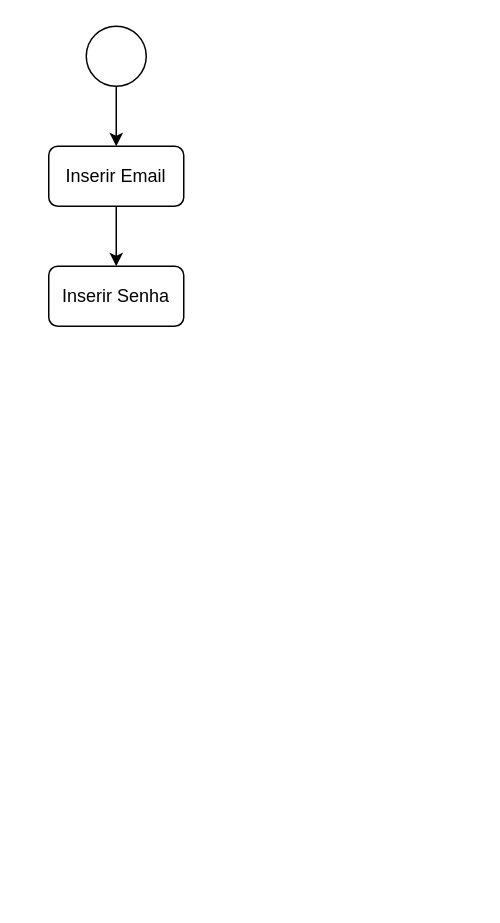
Earlier version of the draw.io diagram page "Fluxo_De_Atividade_Login" (3 of 4) of DiagramasPIMVII.drawio (GustavoFerreira143/AtividadeSenai). Source tidied: cells renumbered, new cells numbered last; positions are measured from the earlier drawing's top-left corner, leaving out a move shared by most shapes. Both pictures are drawn from the tidied source at 150%, with x=0, y=0 at pixel (48, 26).
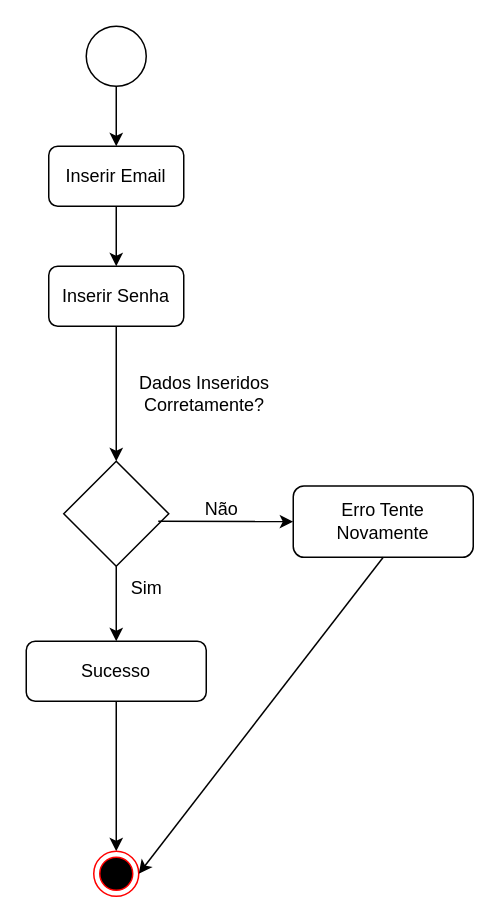
After the change.

The edit, as a diff of the source:
```diff
@@
 <mxGraphModel>
   <root>
     <mxCell id="0" />
     <mxCell id="1" parent="0" />
     <mxCell id="2" style="ellipse;whiteSpace=wrap;html=1;" parent="1" vertex="1">
       <mxGeometry x="25" width="40" height="40" as="geometry" />
     </mxCell>
     <mxCell id="3" value="Inserir Email" style="rounded=1;whiteSpace=wrap;html=1;" parent="1" vertex="1">
       <mxGeometry y="80" width="90" height="40" as="geometry" />
     </mxCell>
     <mxCell id="4" style="endArrow=classic;html=1;rounded=0;exitX=0.5;exitY=1;exitDx=0;exitDy=0;entryX=0.5;entryY=0;entryDx=0;entryDy=0;" parent="1" edge="1" source="2" target="3">
       <mxGeometry relative="1" as="geometry" />
     </mxCell>
     <mxCell id="5" value="Inserir Senha" style="rounded=1;whiteSpace=wrap;html=1;" parent="1" vertex="1">
       <mxGeometry y="160" width="90" height="40" as="geometry" />
     </mxCell>
     <mxCell id="6" style="endArrow=classic;html=1;rounded=0;exitX=0.5;exitY=1;exitDx=0;exitDy=0;entryX=0.5;entryY=0;entryDx=0;entryDy=0;" parent="1" edge="1" source="3" target="5">
       <mxGeometry relative="1" as="geometry" />
     </mxCell>
+    <mxCell id="7" style="edgeStyle=orthogonalEdgeStyle;rounded=0;jettySize=auto;html=1;entryX=0.5;entryY=0;entryDx=0;entryDy=0;" parent="1" edge="1" source="8" target="14">
+      <mxGeometry relative="1" as="geometry" />
+    </mxCell>
+    <mxCell id="8" style="rhombus;whiteSpace=wrap;html=1;" parent="1" vertex="1">
+      <mxGeometry x="10" y="290" width="70" height="70" as="geometry" />
+    </mxCell>
+    <mxCell id="9" style="endArrow=classic;html=1;rounded=0;entryX=0.5;entryY=0;entryDx=0;entryDy=0;exitX=0.5;exitY=1;exitDx=0;exitDy=0;" parent="1" edge="1" source="5" target="8">
+      <mxGeometry relative="1" as="geometry" />
+    </mxCell>
+    <mxCell id="10" value="Dados Inseridos Corretamente?" style="text;html=1;align=center;verticalAlign=middle;whiteSpace=wrap;rounded=0;" parent="1" vertex="1">
+      <mxGeometry x="59" y="210" width="90" height="70" as="geometry" />
+    </mxCell>
+    <mxCell id="11" value="Erro Tente Novamente" style="rounded=1;whiteSpace=wrap;html=1;" parent="1" vertex="1">
+      <mxGeometry x="163" y="306.5" width="120" height="47.5" as="geometry" />
+    </mxCell>
+    <mxCell id="12" style="endArrow=classic;html=1;rounded=0;entryX=0;entryY=0.5;entryDx=0;entryDy=0;exitX=0.9;exitY=0.571;exitDx=0;exitDy=0;exitPerimeter=0;" parent="1" edge="1" source="8" target="11">
+      <mxGeometry relative="1" as="geometry" />
+    </mxCell>
+    <mxCell id="13" style="edgeStyle=orthogonalEdgeStyle;rounded=0;jettySize=auto;html=1;entryX=0.5;entryY=0;entryDx=0;entryDy=0;" parent="1" edge="1" source="14" target="17">
+      <mxGeometry relative="1" as="geometry" />
+    </mxCell>
+    <mxCell id="14" value="Sucesso" style="rounded=1;whiteSpace=wrap;html=1;" parent="1" vertex="1">
+      <mxGeometry x="-15" y="410" width="120" height="40" as="geometry" />
+    </mxCell>
+    <mxCell id="15" value="Não" style="text;html=1;align=center;verticalAlign=middle;strokeColor=none;fillColor=none;" parent="1" vertex="1">
+      <mxGeometry x="90" y="306.5" width="50" height="30" as="geometry" />
+    </mxCell>
+    <mxCell id="16" value="Sim" style="text;html=1;align=center;verticalAlign=middle;strokeColor=none;fillColor=none;" parent="1" vertex="1">
+      <mxGeometry x="45" y="360" width="40" height="30" as="geometry" />
+    </mxCell>
+    <mxCell id="17" style="ellipse;html=1;shape=endState;fillColor=#000000;strokeColor=#ff0000;" parent="1" vertex="1">
+      <mxGeometry x="30" y="550" width="30" height="30" as="geometry" />
+    </mxCell>
+    <mxCell id="18" style="endArrow=classic;html=1;rounded=0;entryX=1;entryY=0.5;entryDx=0;entryDy=0;exitX=0.5;exitY=1;exitDx=0;exitDy=0;" parent="1" edge="1" source="11" target="17">
+      <mxGeometry relative="1" as="geometry" />
+    </mxCell>
   </root>
 </mxGraphModel>
```
